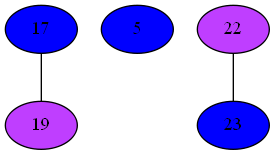
This is Compiler/0iGraph.png from mbajaj92/Project-Astoria, a Graphviz export, as it was before one commit. Its source is kept beside it as Compiler/0iGraph.dot.
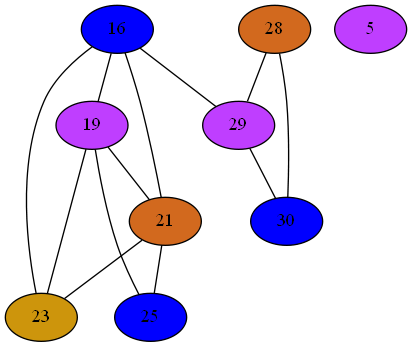
Above is the later version.

The edit, as a diff of the source:
```diff
@@ -1,11 +1,35 @@
 strict graph {
-17[label="17" style=filled fillcolor="blue1"];
-17 -- 19
+16[label="16" style=filled fillcolor="blue1"];
+16 -- 19
+16 -- 21
+16 -- 23
+16 -- 29
 19[label="19" style=filled fillcolor="darkorchid1"];
-19 -- 17
-5[label="5" style=filled fillcolor="blue1"];
-22[label="22" style=filled fillcolor="darkorchid1"];
-22 -- 23
-23[label="23" style=filled fillcolor="blue1"];
-23 -- 22
+19 -- 16
+19 -- 21
+19 -- 23
+19 -- 25
+21[label="21" style=filled fillcolor="chocolate"];
+21 -- 16
+21 -- 19
+21 -- 23
+21 -- 25
+5[label="5" style=filled fillcolor="darkorchid1"];
+23[label="23" style=filled fillcolor="darkgoldenrod3"];
+23 -- 16
+23 -- 19
+23 -- 21
+25[label="25" style=filled fillcolor="blue1"];
+25 -- 19
+25 -- 21
+28[label="28" style=filled fillcolor="chocolate"];
+28 -- 29
+28 -- 30
+29[label="29" style=filled fillcolor="darkorchid1"];
+29 -- 16
+29 -- 28
+29 -- 30
+30[label="30" style=filled fillcolor="blue1"];
+30 -- 28
+30 -- 29
 }
```
